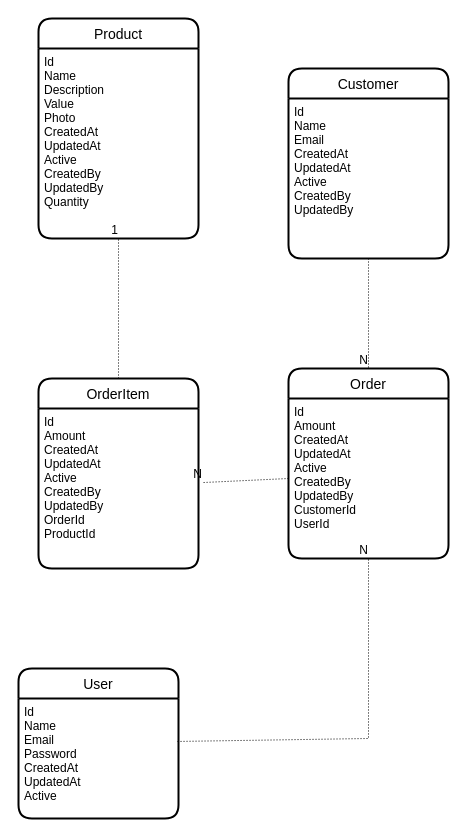
Before: page "Database" (1 of 2) of docs/arquitetura.drawio in rlsbelmiro/desafio-tech-ambev, a draw.io diagram. Source tidied: cells renumbered, new cells numbered last; positions are measured from the earlier drawing's top-left corner, leaving out a move shared by most shapes. Both pictures are drawn from the tidied source at 100%, with x=0, y=0 at pixel (18, 18).
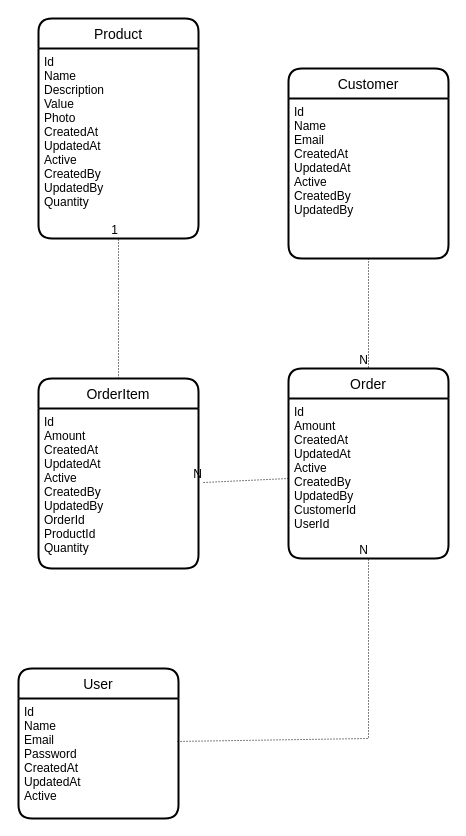
The same page after the edit.

Unchanged cells that the change refers to:
```xml
<mxCell id="10" value="OrderItem" style="swimlane;horizontal=1;startSize=30;rounded=1;fontSize=14;fontStyle=0;strokeWidth=2;shadow=0;dashed=0;align=center;" parent="1" vertex="1">
  <mxGeometry x="20" y="360" width="160" height="190" as="geometry" />
</mxCell>
```

Diff of the diagram source:
```diff
@@
-    <mxCell id="11" value="Id&#10;Amount&#10;CreatedAt&#10;UpdatedAt&#10;Active&#10;CreatedBy&#10;UpdatedBy&#10;OrderId&#10;ProductId" style="align=left;strokeColor=none;fillColor=none;spacingLeft=4;fontSize=12;verticalAlign=top;" parent="10" vertex="1">
+    <mxCell id="11" value="Id&#10;Amount&#10;CreatedAt&#10;UpdatedAt&#10;Active&#10;CreatedBy&#10;UpdatedBy&#10;OrderId&#10;ProductId&#10;Quantity" style="align=left;strokeColor=none;fillColor=none;spacingLeft=4;fontSize=12;verticalAlign=top;" parent="10" vertex="1">
       <mxGeometry y="30" width="160" height="160" as="geometry" />
     </mxCell>
```
